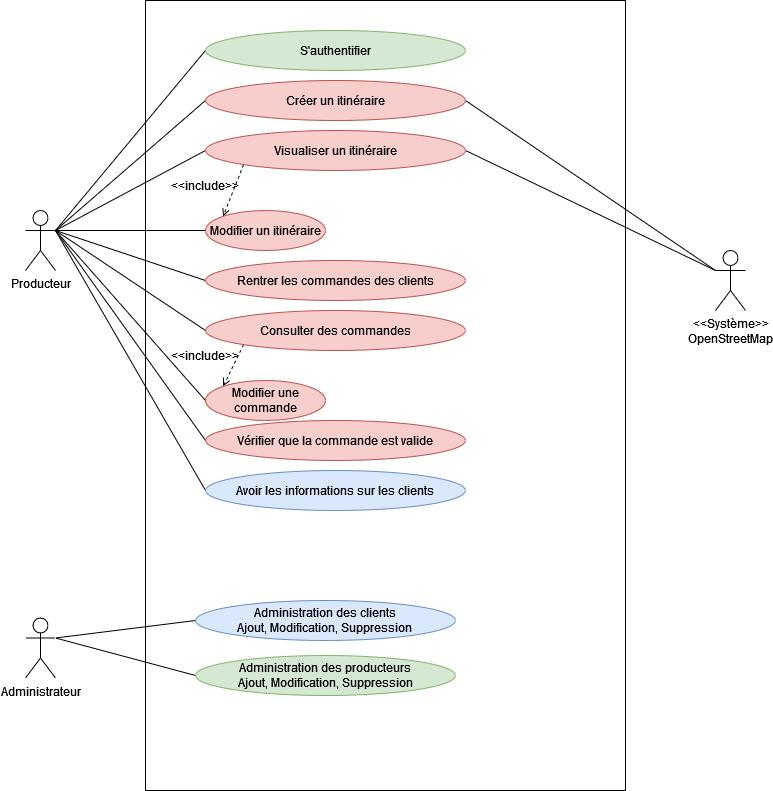
Above: GenieLogiciel/Diagrammes/CasUtilisation.drawio.png in aeiiver/the-farmer-project (draw.io), before the change. Source tidied: cells renumbered, new cells last; positions are measured from the earlier drawing's top-left corner, leaving out a move shared by most shapes. Its diagram source:
```xml
<mxGraphModel>
  <root>
    <mxCell id="0" />
    <mxCell id="1" parent="0" />
    <mxCell id="2" style="rounded=0;whiteSpace=wrap;html=1;" parent="1" vertex="1">
      <mxGeometry x="120" width="480" height="790" as="geometry" />
    </mxCell>
    <mxCell id="3" style="edgeStyle=none;rounded=0;jettySize=auto;html=1;exitX=1;exitY=0.3333333333333333;exitDx=0;exitDy=0;exitPerimeter=0;entryX=0;entryY=0.5;entryDx=0;entryDy=0;endArrow=none;endFill=0;" parent="1" edge="1" source="4" target="12">
      <mxGeometry relative="1" as="geometry" />
    </mxCell>
    <mxCell id="4" value="Producteur" style="shape=umlActor;verticalLabelPosition=bottom;verticalAlign=top;html=1;" parent="1" vertex="1">
      <mxGeometry y="210" width="30" height="60" as="geometry" />
    </mxCell>
    <mxCell id="5" value="Administrateur" style="shape=umlActor;verticalLabelPosition=bottom;verticalAlign=top;html=1;" parent="1" vertex="1">
      <mxGeometry y="617.5" width="30" height="60" as="geometry" />
    </mxCell>
    <mxCell id="6" value="&lt;div&gt;&amp;lt;&amp;lt;Système&amp;gt;&amp;gt;&lt;/div&gt;&lt;div&gt;OpenStreetMap&lt;br&gt;&lt;/div&gt;" style="shape=umlActor;verticalLabelPosition=bottom;verticalAlign=top;html=1;outlineConnect=0;" parent="1" vertex="1">
      <mxGeometry x="690" y="250" width="30" height="60" as="geometry" />
    </mxCell>
    <mxCell id="7" style="rounded=0;jettySize=auto;html=1;exitX=1;exitY=0.5;exitDx=0;exitDy=0;entryX=0;entryY=0.3333333333333333;entryDx=0;entryDy=0;entryPerimeter=0;endArrow=none;endFill=0;" parent="1" edge="1" source="10" target="6">
      <mxGeometry relative="1" as="geometry" />
    </mxCell>
    <mxCell id="8" style="edgeStyle=none;rounded=0;jettySize=auto;html=1;exitX=0;exitY=0.5;exitDx=0;exitDy=0;entryX=1;entryY=0.3333333333333333;entryDx=0;entryDy=0;entryPerimeter=0;endArrow=none;endFill=0;" parent="1" edge="1" source="10" target="4">
      <mxGeometry relative="1" as="geometry" />
    </mxCell>
    <mxCell id="9" style="edgeStyle=none;rounded=0;jettySize=auto;html=1;exitX=0;exitY=1;exitDx=0;exitDy=0;entryX=0;entryY=0;entryDx=0;entryDy=0;endArrow=open;endFill=0;dashed=1;" parent="1" edge="1" source="10" target="14">
      <mxGeometry relative="1" as="geometry" />
    </mxCell>
    <mxCell id="10" value="Visualiser un itinéraire" style="ellipse;whiteSpace=wrap;html=1;fillColor=#f8cecc;strokeColor=#b85450;" parent="1" vertex="1">
      <mxGeometry x="180" y="130" width="260" height="40" as="geometry" />
    </mxCell>
    <mxCell id="11" style="rounded=0;jettySize=auto;html=1;exitX=1;exitY=0.5;exitDx=0;exitDy=0;endArrow=none;endFill=0;" parent="1" edge="1" source="12">
      <mxGeometry relative="1" as="geometry">
        <mxPoint x="690" y="270" as="targetPoint" />
      </mxGeometry>
    </mxCell>
    <mxCell id="12" value="Créer un itinéraire" style="ellipse;whiteSpace=wrap;html=1;fillColor=#f8cecc;strokeColor=#b85450;" parent="1" vertex="1">
      <mxGeometry x="180" y="80" width="260" height="40" as="geometry" />
    </mxCell>
    <mxCell id="13" style="edgeStyle=none;rounded=0;jettySize=auto;html=1;exitX=0;exitY=0.5;exitDx=0;exitDy=0;endArrow=none;endFill=0;" parent="1" edge="1" source="14">
      <mxGeometry relative="1" as="geometry">
        <mxPoint x="30" y="230" as="targetPoint" />
      </mxGeometry>
    </mxCell>
    <mxCell id="14" value="Modifier un itinéraire" style="ellipse;whiteSpace=wrap;html=1;fillColor=#f8cecc;strokeColor=#b85450;" parent="1" vertex="1">
      <mxGeometry x="180" y="210" width="120" height="40" as="geometry" />
    </mxCell>
    <mxCell id="15" style="edgeStyle=none;rounded=0;jettySize=auto;html=1;exitX=0;exitY=0.5;exitDx=0;exitDy=0;entryX=1;entryY=0.3333333333333333;entryDx=0;entryDy=0;entryPerimeter=0;endArrow=none;endFill=0;" parent="1" edge="1" source="16" target="4">
      <mxGeometry relative="1" as="geometry" />
    </mxCell>
    <mxCell id="16" value="Rentrer les commandes des clients" style="ellipse;whiteSpace=wrap;html=1;fillColor=#f8cecc;strokeColor=#b85450;" parent="1" vertex="1">
      <mxGeometry x="180" y="260" width="260" height="40" as="geometry" />
    </mxCell>
    <mxCell id="17" style="edgeStyle=none;rounded=0;jettySize=auto;html=1;exitX=0;exitY=0.5;exitDx=0;exitDy=0;entryX=1;entryY=0.3333333333333333;entryDx=0;entryDy=0;entryPerimeter=0;endArrow=none;endFill=0;" parent="1" edge="1" source="19" target="4">
      <mxGeometry relative="1" as="geometry" />
    </mxCell>
    <mxCell id="18" style="edgeStyle=none;rounded=0;jettySize=auto;html=1;exitX=0;exitY=1;exitDx=0;exitDy=0;entryX=0;entryY=0;entryDx=0;entryDy=0;endArrow=open;endFill=0;dashed=1;" parent="1" edge="1" source="19" target="29">
      <mxGeometry relative="1" as="geometry" />
    </mxCell>
    <mxCell id="19" value="Consulter des commandes" style="ellipse;whiteSpace=wrap;html=1;fillColor=#f8cecc;strokeColor=#b85450;" parent="1" vertex="1">
      <mxGeometry x="180" y="310" width="260" height="40" as="geometry" />
    </mxCell>
    <mxCell id="20" style="edgeStyle=none;rounded=0;jettySize=auto;html=1;exitX=0;exitY=0.5;exitDx=0;exitDy=0;entryX=1;entryY=0.3333333333333333;entryDx=0;entryDy=0;entryPerimeter=0;endArrow=none;endFill=0;" parent="1" edge="1" source="21" target="4">
      <mxGeometry relative="1" as="geometry" />
    </mxCell>
    <mxCell id="21" value="Avoir les informations sur les clients" style="ellipse;whiteSpace=wrap;html=1;fillColor=#dae8fc;strokeColor=#6c8ebf;" parent="1" vertex="1">
      <mxGeometry x="180" y="470" width="260" height="40" as="geometry" />
    </mxCell>
    <mxCell id="22" style="edgeStyle=none;rounded=0;jettySize=auto;html=1;exitX=0;exitY=0.5;exitDx=0;exitDy=0;entryX=1;entryY=0.3333333333333333;entryDx=0;entryDy=0;entryPerimeter=0;endArrow=none;endFill=0;" parent="1" edge="1" source="23" target="5">
      <mxGeometry relative="1" as="geometry" />
    </mxCell>
    <mxCell id="23" value="&lt;div&gt;Administration des clients&lt;/div&gt;&lt;div&gt;Ajout, Modification, Suppression&lt;br&gt;&lt;/div&gt;" style="ellipse;whiteSpace=wrap;html=1;fillColor=#dae8fc;strokeColor=#6c8ebf;" parent="1" vertex="1">
      <mxGeometry x="170" y="600" width="260" height="40" as="geometry" />
    </mxCell>
    <mxCell id="24" style="edgeStyle=none;rounded=0;jettySize=auto;html=1;exitX=0;exitY=0.5;exitDx=0;exitDy=0;entryX=1;entryY=0.3333333333333333;entryDx=0;entryDy=0;entryPerimeter=0;endArrow=none;endFill=0;" parent="1" edge="1" source="25" target="5">
      <mxGeometry relative="1" as="geometry" />
    </mxCell>
    <mxCell id="25" value="&lt;div&gt;Administration des producteurs&lt;/div&gt;Ajout, Modification, Suppression" style="ellipse;whiteSpace=wrap;html=1;fillColor=#d5e8d4;strokeColor=#82b366;" parent="1" vertex="1">
      <mxGeometry x="170" y="655" width="260" height="40" as="geometry" />
    </mxCell>
    <mxCell id="26" style="edgeStyle=none;rounded=0;jettySize=auto;html=1;exitX=0;exitY=0.5;exitDx=0;exitDy=0;entryX=1;entryY=0.3333333333333333;entryDx=0;entryDy=0;entryPerimeter=0;endArrow=none;endFill=0;" parent="1" edge="1" source="27" target="4">
      <mxGeometry relative="1" as="geometry" />
    </mxCell>
    <mxCell id="27" value="S'authentifier" style="ellipse;whiteSpace=wrap;html=1;fillColor=#d5e8d4;strokeColor=#82b366;" parent="1" vertex="1">
      <mxGeometry x="180" y="30" width="260" height="40" as="geometry" />
    </mxCell>
    <mxCell id="28" style="edgeStyle=none;rounded=0;jettySize=auto;html=1;exitX=0;exitY=0.5;exitDx=0;exitDy=0;endArrow=none;endFill=0;" parent="1" edge="1" source="29">
      <mxGeometry relative="1" as="geometry">
        <mxPoint x="30" y="230" as="targetPoint" />
      </mxGeometry>
    </mxCell>
    <mxCell id="29" value="Modifier une commande" style="ellipse;whiteSpace=wrap;html=1;fillColor=#f8cecc;strokeColor=#b85450;" parent="1" vertex="1">
      <mxGeometry x="180" y="380" width="120" height="40" as="geometry" />
    </mxCell>
    <mxCell id="30" value="&amp;lt;&amp;lt;include&amp;gt;&amp;gt;" style="text;html=1;strokeColor=none;fillColor=none;align=center;verticalAlign=middle;whiteSpace=wrap;rounded=0;" parent="1" vertex="1">
      <mxGeometry x="150" y="340" width="60" height="30" as="geometry" />
    </mxCell>
    <mxCell id="31" value="&amp;lt;&amp;lt;include&amp;gt;&amp;gt;" style="text;html=1;strokeColor=none;fillColor=none;align=center;verticalAlign=middle;whiteSpace=wrap;rounded=0;" parent="1" vertex="1">
      <mxGeometry x="150" y="170" width="60" height="30" as="geometry" />
    </mxCell>
    <mxCell id="32" style="edgeStyle=none;rounded=0;jettySize=auto;html=1;exitX=0;exitY=0.5;exitDx=0;exitDy=0;endArrow=none;endFill=0;" parent="1" edge="1" source="33">
      <mxGeometry relative="1" as="geometry">
        <mxPoint x="30" y="230" as="targetPoint" />
      </mxGeometry>
    </mxCell>
    <mxCell id="33" value="Vérifier que la commande est valide" style="ellipse;whiteSpace=wrap;html=1;fillColor=#f8cecc;strokeColor=#b85450;" parent="1" vertex="1">
      <mxGeometry x="180" y="420" width="260" height="40" as="geometry" />
    </mxCell>
  </root>
</mxGraphModel>
```
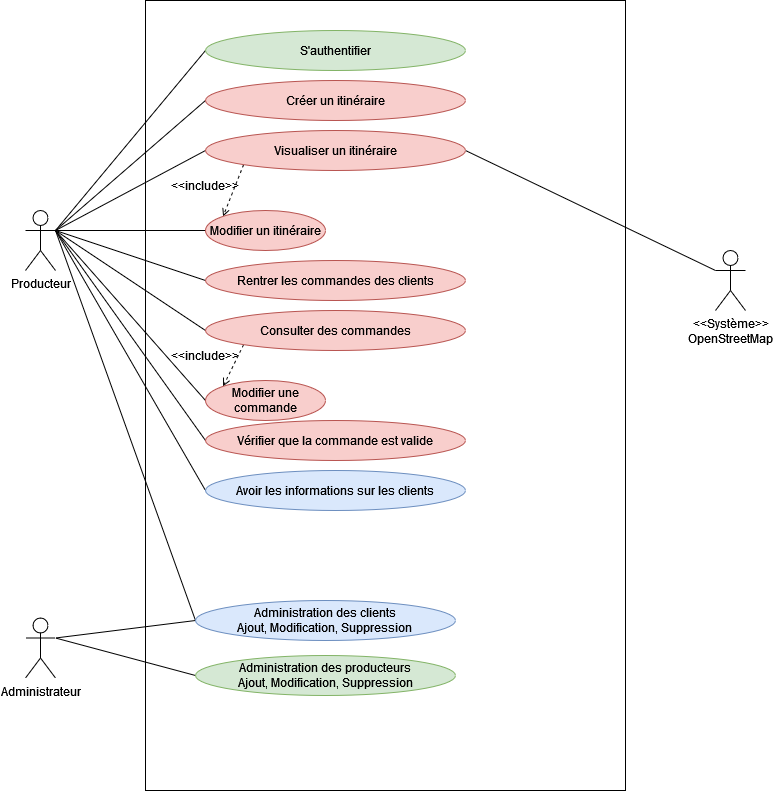
Above is the later version.

Commit message:
Mise à jour du diagramme de cas d'utilisation à partir des retours du professeur

Change to the diagram source:
```diff
@@ -29,11 +29,6 @@
     <mxCell id="10" value="Visualiser un itinéraire" style="ellipse;whiteSpace=wrap;html=1;fillColor=#f8cecc;strokeColor=#b85450;" parent="1" vertex="1">
       <mxGeometry x="180" y="130" width="260" height="40" as="geometry" />
     </mxCell>
-    <mxCell id="11" style="rounded=0;jettySize=auto;html=1;exitX=1;exitY=0.5;exitDx=0;exitDy=0;endArrow=none;endFill=0;" parent="1" edge="1" source="12">
-      <mxGeometry relative="1" as="geometry">
-        <mxPoint x="690" y="270" as="targetPoint" />
-      </mxGeometry>
-    </mxCell>
     <mxCell id="12" value="Créer un itinéraire" style="ellipse;whiteSpace=wrap;html=1;fillColor=#f8cecc;strokeColor=#b85450;" parent="1" vertex="1">
       <mxGeometry x="180" y="80" width="260" height="40" as="geometry" />
     </mxCell>
@@ -69,6 +64,11 @@
     <mxCell id="22" style="edgeStyle=none;rounded=0;jettySize=auto;html=1;exitX=0;exitY=0.5;exitDx=0;exitDy=0;entryX=1;entryY=0.3333333333333333;entryDx=0;entryDy=0;entryPerimeter=0;endArrow=none;endFill=0;" parent="1" edge="1" source="23" target="5">
       <mxGeometry relative="1" as="geometry" />
     </mxCell>
+    <mxCell id="34" style="rounded=0;jettySize=auto;html=1;exitX=0;exitY=0.5;exitDx=0;exitDy=0;endArrow=none;endFill=0;" parent="1" edge="1" source="23">
+      <mxGeometry relative="1" as="geometry">
+        <mxPoint x="30" y="230" as="targetPoint" />
+      </mxGeometry>
+    </mxCell>
     <mxCell id="23" value="&lt;div&gt;Administration des clients&lt;/div&gt;&lt;div&gt;Ajout, Modification, Suppression&lt;br&gt;&lt;/div&gt;" style="ellipse;whiteSpace=wrap;html=1;fillColor=#dae8fc;strokeColor=#6c8ebf;" parent="1" vertex="1">
       <mxGeometry x="170" y="600" width="260" height="40" as="geometry" />
     </mxCell>
```
